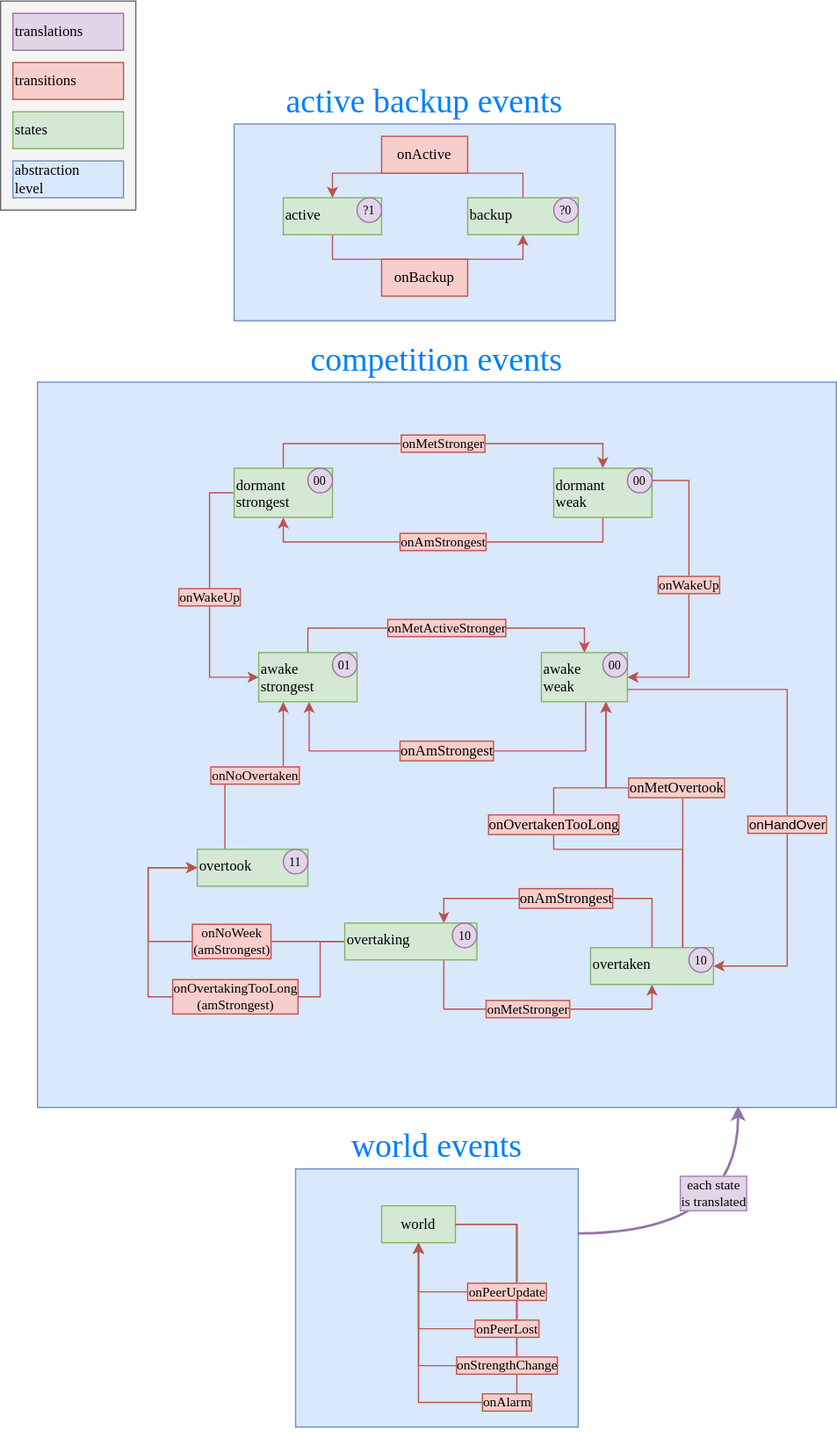
The draw.io diagram src/main/java/aviel/scratch/active_backup/diagram.svg in AvielBerezin/active-backup, before a commit. Source tidied: cells renumbered, new cells last; positions are measured from the earlier drawing's top-left corner, leaving out a move shared by most shapes.
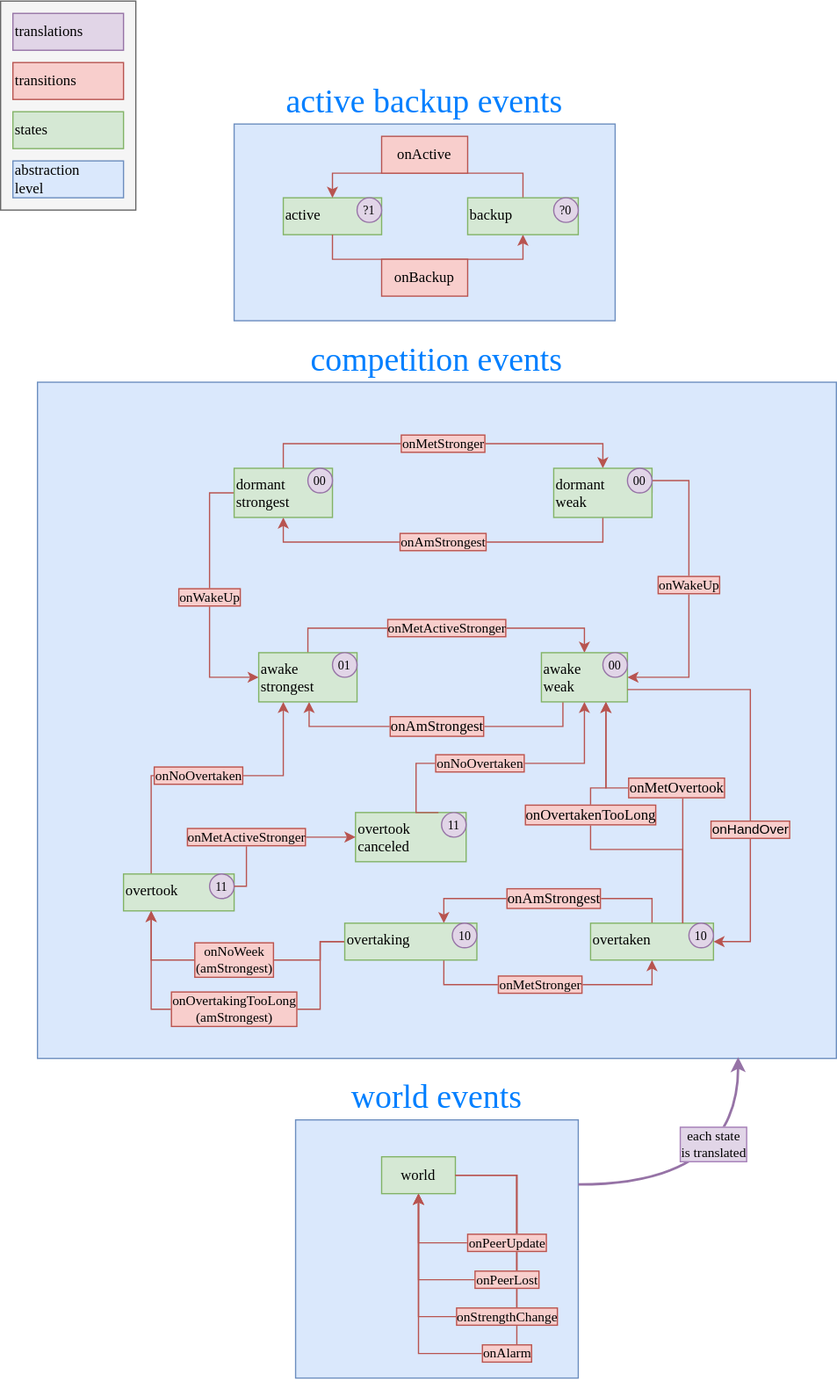
After the change.

The edit, as a diff of the source:
```diff
@@ -6,10 +6,10 @@
       <mxGeometry width="110" height="170" as="geometry" />
     </mxCell>
     <mxCell id="3" value="world events" style="text;html=1;align=center;verticalAlign=bottom;whiteSpace=wrap;rounded=0;fillColor=#dae8fc;strokeColor=#6c8ebf;fontSize=27;fontFamily=Lucida Console;labelPosition=center;verticalLabelPosition=top;fontColor=#007FFF;" parent="1" vertex="1">
-      <mxGeometry x="240" y="950" width="230" height="210" as="geometry" />
+      <mxGeometry x="240" y="910" width="230" height="210" as="geometry" />
     </mxCell>
     <mxCell id="4" value="competition events" style="text;html=1;align=center;verticalAlign=bottom;whiteSpace=wrap;rounded=0;fillColor=#dae8fc;strokeColor=#6c8ebf;fontSize=27;fontFamily=Lucida Console;labelPosition=center;verticalLabelPosition=top;fontColor=#007FFF;" parent="1" vertex="1">
-      <mxGeometry x="30" y="310" width="650" height="590" as="geometry" />
+      <mxGeometry x="30" y="310" width="650" height="550" as="geometry" />
     </mxCell>
     <mxCell id="5" value="active backup events" style="text;html=1;align=center;verticalAlign=bottom;whiteSpace=wrap;rounded=0;fillColor=#dae8fc;strokeColor=#6c8ebf;fontSize=27;fontFamily=Lucida Console;labelPosition=center;verticalLabelPosition=top;fontColor=#007FFF;" parent="1" vertex="1">
       <mxGeometry x="190" y="100" width="310" height="160" as="geometry" />
@@ -44,14 +44,14 @@
       </mxGeometry>
     </mxCell>
     <mxCell id="14" value="each state&lt;div&gt;is translated&lt;/div&gt;" style="edgeStyle=orthogonalEdgeStyle;rounded=0;jettySize=auto;html=1;exitX=1;exitY=0.25;exitDx=0;exitDy=0;entryX=0.877;entryY=0.998;entryDx=0;entryDy=0;curved=1;fillColor=#e1d5e7;strokeColor=#9673a6;strokeWidth=2;fontFamily=Lucida Console;entryPerimeter=0;labelBorderColor=#A680B8;labelBackgroundColor=#E1D5E7;" parent="1" edge="1" source="3" target="4">
-      <mxGeometry x="0.39" y="20" relative="1" as="geometry">
+      <mxGeometry x="0.4" y="20" relative="1" as="geometry">
         <Array as="points">
-          <mxPoint x="600" y="1003" />
+          <mxPoint x="600" y="963" />
         </Array>
       </mxGeometry>
     </mxCell>
     <mxCell id="15" value="&lt;div&gt;world&lt;/div&gt;" style="text;html=1;align=center;verticalAlign=middle;whiteSpace=wrap;rounded=0;fillColor=#d5e8d4;strokeColor=#82b366;fontFamily=Lucida Console;" parent="1" vertex="1">
-      <mxGeometry x="310" y="980" width="60" height="30" as="geometry" />
+      <mxGeometry x="310" y="940" width="60" height="30" as="geometry" />
     </mxCell>
     <mxCell id="16" value="&lt;div&gt;onActive&lt;/div&gt;" style="text;html=1;align=center;verticalAlign=middle;whiteSpace=wrap;rounded=0;fillColor=#f8cecc;strokeColor=#b85450;fontFamily=Lucida Console;" parent="1" vertex="1">
       <mxGeometry x="310" y="110" width="70" height="30" as="geometry" />
@@ -59,13 +59,12 @@
     <mxCell id="17" value="onBackup" style="text;html=1;align=center;verticalAlign=middle;whiteSpace=wrap;rounded=0;fillColor=#f8cecc;strokeColor=#b85450;fontFamily=Lucida Console;" parent="1" vertex="1">
       <mxGeometry x="310" y="210" width="70" height="30" as="geometry" />
     </mxCell>
-    <mxCell id="18" value="&lt;span style=&quot;color: rgb(0, 0, 0); font-size: 12px; font-style: normal; font-variant-ligatures: normal; font-variant-caps: normal; font-weight: 400; letter-spacing: normal; orphans: 2; text-align: center; text-indent: 0px; text-transform: none; widows: 2; word-spacing: 0px; -webkit-text-stroke-width: 0px; white-space: normal; text-decoration-thickness: initial; text-decoration-style: initial; text-decoration-color: initial; float: none; display: inline !important;&quot;&gt;onAmStrongest&lt;/span&gt;" style="edgeStyle=orthogonalEdgeStyle;rounded=0;orthogonalLoop=1;jettySize=auto;html=1;entryX=0.5;entryY=1;entryDx=0;entryDy=0;fillColor=#f8cecc;strokeColor=#b85450;exitX=0.5;exitY=1;exitDx=0;exitDy=0;labelBackgroundColor=light-dark(#F8CECC,#F8CECC);labelBorderColor=light-dark(#B85450,#B85450);fontFamily=Lucida Console;" parent="1" edge="1">
+    <mxCell id="18" value="&lt;span style=&quot;color: rgb(0, 0, 0); font-size: 12px; font-style: normal; font-variant-ligatures: normal; font-variant-caps: normal; font-weight: 400; letter-spacing: normal; orphans: 2; text-align: center; text-indent: 0px; text-transform: none; widows: 2; word-spacing: 0px; -webkit-text-stroke-width: 0px; white-space: normal; text-decoration-thickness: initial; text-decoration-style: initial; text-decoration-color: initial; float: none; display: inline !important;&quot;&gt;onAmStrongest&lt;/span&gt;" style="edgeStyle=orthogonalEdgeStyle;rounded=0;jettySize=auto;html=1;entryX=0.5;entryY=1;entryDx=0;entryDy=0;fillColor=#f8cecc;strokeColor=#b85450;exitX=0.25;exitY=1;exitDx=0;exitDy=0;labelBackgroundColor=light-dark(#F8CECC,#F8CECC);labelBorderColor=light-dark(#B85450,#B85450);fontFamily=Lucida Console;" parent="1" edge="1" source="27">
       <mxGeometry relative="1" as="geometry">
-        <mxPoint x="476" y="570" as="sourcePoint" />
         <mxPoint x="251" y="570" as="targetPoint" />
         <Array as="points">
-          <mxPoint x="476" y="610" />
-          <mxPoint x="251" y="610" />
+          <mxPoint x="458" y="590" />
+          <mxPoint x="251" y="590" />
         </Array>
       </mxGeometry>
     </mxCell>
@@ -92,11 +91,12 @@
         </Array>
       </mxGeometry>
     </mxCell>
-    <mxCell id="25" value="onNoWeek&lt;div&gt;(amStrongest)&lt;/div&gt;" style="edgeStyle=orthogonalEdgeStyle;rounded=0;jettySize=auto;html=1;exitX=0;exitY=0.5;exitDx=0;exitDy=0;entryX=0;entryY=0.5;entryDx=0;entryDy=0;fillColor=#f8cecc;strokeColor=#b85450;enumerate=0;comic=0;labelBackgroundColor=light-dark(#F8CECC,#F8CECC);labelBorderColor=light-dark(#B85450,#B85450);fontFamily=Lucida Console;" parent="1" edge="1" source="41" target="37">
-      <mxGeometry x="-0.29" relative="1" as="geometry">
+    <mxCell id="25" value="onNoWeek&lt;div&gt;(amStrongest)&lt;/div&gt;" style="edgeStyle=orthogonalEdgeStyle;rounded=0;jettySize=auto;html=1;exitX=0;exitY=0.5;exitDx=0;exitDy=0;entryX=0.25;entryY=1;entryDx=0;entryDy=0;fillColor=#f8cecc;strokeColor=#b85450;enumerate=0;comic=0;labelBackgroundColor=light-dark(#F8CECC,#F8CECC);labelBorderColor=light-dark(#B85450,#B85450);fontFamily=Lucida Console;" parent="1" edge="1" source="41" target="37">
+      <mxGeometry x="-0.01" relative="1" as="geometry">
         <Array as="points">
-          <mxPoint x="120" y="765" />
-          <mxPoint x="120" y="705" />
+          <mxPoint x="260" y="765" />
+          <mxPoint x="260" y="780" />
+          <mxPoint x="123" y="780" />
         </Array>
       </mxGeometry>
     </mxCell>
@@ -128,32 +128,31 @@
       <mxGeometry x="510" y="380" width="20" height="20" as="geometry" />
     </mxCell>
     <mxCell id="35" value="overtaken" style="rounded=0;whiteSpace=wrap;html=1;fillColor=#d5e8d4;strokeColor=#82b366;fontFamily=Lucida Console;labelPosition=center;verticalLabelPosition=middle;align=left;verticalAlign=top;" parent="1" vertex="1">
-      <mxGeometry x="480" y="770" width="100" height="30" as="geometry" />
+      <mxGeometry x="480" y="750" width="100" height="30" as="geometry" />
     </mxCell>
     <mxCell id="36" value="onNoOvertaken" style="edgeStyle=orthogonalEdgeStyle;rounded=0;jettySize=auto;html=1;exitX=0.25;exitY=0;exitDx=0;exitDy=0;entryX=0.25;entryY=1;entryDx=0;entryDy=0;fillColor=#f8cecc;strokeColor=#b85450;labelBackgroundColor=light-dark(#F8CECC,#F8CECC);labelBorderColor=light-dark(#B85450,#B85450);fontFamily=Lucida Console;" parent="1" edge="1" source="37" target="29">
-      <mxGeometry relative="1" as="geometry">
+      <mxGeometry x="-0.05" relative="1" as="geometry">
         <Array as="points">
-          <mxPoint x="183" y="630" />
+          <mxPoint x="123" y="630" />
           <mxPoint x="230" y="630" />
         </Array>
       </mxGeometry>
     </mxCell>
     <mxCell id="37" value="overtook" style="rounded=0;whiteSpace=wrap;html=1;fillColor=#d5e8d4;strokeColor=#82b366;fontFamily=Lucida Console;align=left;verticalAlign=top;" parent="1" vertex="1">
-      <mxGeometry x="160" y="690" width="90" height="30" as="geometry" />
+      <mxGeometry x="100" y="710" width="90" height="30" as="geometry" />
     </mxCell>
     <mxCell id="38" value="11" style="text;html=1;align=center;verticalAlign=middle;whiteSpace=wrap;rounded=1;fontFamily=Lucida Console;fillColor=#e1d5e7;strokeColor=#9673a6;glass=0;shadow=0;arcSize=50;fontSize=10;" parent="1" vertex="1">
-      <mxGeometry x="230" y="690" width="20" height="20" as="geometry" />
+      <mxGeometry x="170" y="710" width="20" height="20" as="geometry" />
     </mxCell>
     <mxCell id="39" value="10" style="text;html=1;align=center;verticalAlign=middle;whiteSpace=wrap;rounded=1;fontFamily=Lucida Console;fillColor=#e1d5e7;strokeColor=#9673a6;glass=0;shadow=0;arcSize=50;fontSize=10;" parent="1" vertex="1">
-      <mxGeometry x="560" y="770" width="20" height="20" as="geometry" />
+      <mxGeometry x="560" y="750" width="20" height="20" as="geometry" />
     </mxCell>
-    <mxCell id="40" value="onOvertakingTooLong&lt;br&gt;(amStrongest)" style="edgeStyle=orthogonalEdgeStyle;rounded=0;jettySize=auto;html=1;exitX=0;exitY=0.5;exitDx=0;exitDy=0;entryX=0;entryY=0.5;entryDx=0;entryDy=0;fillColor=#f8cecc;strokeColor=#b85450;labelBackgroundColor=light-dark(#F8CECC,#F8CECC);labelBorderColor=light-dark(#B85450,#B85450);fontFamily=Lucida Console;" parent="1" edge="1" source="41" target="37">
-      <mxGeometry x="-0.23" relative="1" as="geometry">
+    <mxCell id="40" value="onOvertakingTooLong&lt;br&gt;(amStrongest)" style="edgeStyle=orthogonalEdgeStyle;rounded=0;jettySize=auto;html=1;exitX=0;exitY=0.5;exitDx=0;exitDy=0;entryX=0.25;entryY=1;entryDx=0;entryDy=0;fillColor=#f8cecc;strokeColor=#b85450;labelBackgroundColor=light-dark(#F8CECC,#F8CECC);labelBorderColor=light-dark(#B85450,#B85450);fontFamily=Lucida Console;" parent="1" edge="1" source="41" target="37">
+      <mxGeometry x="-0.01" relative="1" as="geometry">
         <Array as="points">
           <mxPoint x="260" y="765" />
-          <mxPoint x="260" y="810" />
-          <mxPoint x="120" y="810" />
-          <mxPoint x="120" y="705" />
+          <mxPoint x="260" y="820" />
+          <mxPoint x="123" y="820" />
         </Array>
       </mxGeometry>
     </mxCell>
@@ -172,36 +171,36 @@
     <mxCell id="45" value="&lt;div&gt;&lt;span style=&quot;color: light-dark(rgb(0, 0, 0), rgb(255, 255, 255));&quot;&gt;onAlarm&lt;/span&gt;&lt;/div&gt;" style="edgeStyle=orthogonalEdgeStyle;rounded=0;orthogonalLoop=1;jettySize=auto;html=1;entryX=0.5;entryY=1;entryDx=0;entryDy=0;fillColor=#f8cecc;strokeColor=#b85450;fontFamily=Lucida Console;labelBackgroundColor=light-dark(#F8CECC,#F8CECC);labelBorderColor=light-dark(#B85450,#B85450);exitX=1;exitY=0.5;exitDx=0;exitDy=0;" parent="1" edge="1" source="15" target="15">
       <mxGeometry relative="1" as="geometry">
         <Array as="points">
-          <mxPoint x="420" y="995" />
-          <mxPoint x="420" y="1140" />
-          <mxPoint x="340" y="1140" />
+          <mxPoint x="420" y="955" />
+          <mxPoint x="420" y="1100" />
+          <mxPoint x="340" y="1100" />
         </Array>
       </mxGeometry>
     </mxCell>
     <mxCell id="46" value="&lt;div&gt;&lt;span style=&quot;color: light-dark(rgb(0, 0, 0), rgb(255, 255, 255));&quot;&gt;onStrengthChange&lt;/span&gt;&lt;/div&gt;" style="edgeStyle=orthogonalEdgeStyle;rounded=0;orthogonalLoop=1;jettySize=auto;html=1;entryX=0.5;entryY=1;entryDx=0;entryDy=0;fillColor=#f8cecc;strokeColor=#b85450;fontFamily=Lucida Console;labelBackgroundColor=light-dark(#F8CECC,#F8CECC);labelBorderColor=light-dark(#B85450,#B85450);exitX=1;exitY=0.5;exitDx=0;exitDy=0;" parent="1" edge="1" source="15" target="15">
       <mxGeometry relative="1" as="geometry">
         <Array as="points">
-          <mxPoint x="420" y="995" />
-          <mxPoint x="420" y="1110" />
-          <mxPoint x="340" y="1110" />
+          <mxPoint x="420" y="955" />
+          <mxPoint x="420" y="1070" />
+          <mxPoint x="340" y="1070" />
         </Array>
       </mxGeometry>
     </mxCell>
     <mxCell id="47" value="&lt;div&gt;&lt;span style=&quot;color: light-dark(rgb(0, 0, 0), rgb(255, 255, 255));&quot;&gt;onPeerLost&lt;/span&gt;&lt;/div&gt;" style="edgeStyle=orthogonalEdgeStyle;rounded=0;orthogonalLoop=1;jettySize=auto;html=1;entryX=0.5;entryY=1;entryDx=0;entryDy=0;fillColor=#f8cecc;strokeColor=#b85450;fontFamily=Lucida Console;labelBackgroundColor=light-dark(#F8CECC,#F8CECC);labelBorderColor=light-dark(#B85450,#B85450);exitX=1;exitY=0.5;exitDx=0;exitDy=0;" parent="1" edge="1" source="15" target="15">
       <mxGeometry relative="1" as="geometry">
         <Array as="points">
-          <mxPoint x="420" y="995" />
-          <mxPoint x="420" y="1080" />
-          <mxPoint x="340" y="1080" />
+          <mxPoint x="420" y="955" />
+          <mxPoint x="420" y="1040" />
+          <mxPoint x="340" y="1040" />
         </Array>
       </mxGeometry>
     </mxCell>
     <mxCell id="48" value="onPeerUpdate" style="edgeStyle=orthogonalEdgeStyle;rounded=0;orthogonalLoop=1;jettySize=auto;html=1;exitX=1;exitY=0.5;exitDx=0;exitDy=0;entryX=0.5;entryY=1;entryDx=0;entryDy=0;fillColor=#f8cecc;strokeColor=#b85450;fontFamily=Lucida Console;labelBackgroundColor=light-dark(#F8CECC,#F8CECC);labelBorderColor=light-dark(#B85450,#B85450);" parent="1" edge="1" source="15" target="15">
       <mxGeometry relative="1" as="geometry">
         <Array as="points">
-          <mxPoint x="420" y="995" />
-          <mxPoint x="420" y="1050" />
-          <mxPoint x="340" y="1050" />
+          <mxPoint x="420" y="955" />
+          <mxPoint x="420" y="1010" />
+          <mxPoint x="340" y="1010" />
         </Array>
       </mxGeometry>
     </mxCell>
@@ -212,17 +211,17 @@
       <mxGeometry relative="1" as="geometry" />
     </mxCell>
     <mxCell id="51" value="&lt;span style=&quot;color: rgb(0, 0, 0); font-size: 12px; font-style: normal; font-variant-ligatures: normal; font-variant-caps: normal; font-weight: 400; letter-spacing: normal; orphans: 2; text-align: center; text-indent: 0px; text-transform: none; widows: 2; word-spacing: 0px; -webkit-text-stroke-width: 0px; white-space: normal; text-decoration-thickness: initial; text-decoration-style: initial; text-decoration-color: initial; float: none; display: inline !important;&quot;&gt;onOvertakenTooLong&lt;/span&gt;" style="edgeStyle=orthogonalEdgeStyle;rounded=0;jettySize=auto;html=1;exitX=0.75;exitY=0;exitDx=0;exitDy=0;entryX=0.75;entryY=1;entryDx=0;entryDy=0;fillColor=#f8cecc;strokeColor=#b85450;labelBackgroundColor=light-dark(#F8CECC,#F8CECC);labelBorderColor=light-dark(#B85450,#B85450);fontFamily=Lucida Console;" parent="1" edge="1" source="35" target="27">
-      <mxGeometry x="0.18" relative="1" as="geometry">
+      <mxGeometry x="0.22" relative="1" as="geometry">
         <Array as="points">
           <mxPoint x="555" y="690" />
-          <mxPoint x="450" y="690" />
-          <mxPoint x="450" y="640" />
+          <mxPoint x="480" y="690" />
+          <mxPoint x="480" y="640" />
           <mxPoint x="493" y="640" />
         </Array>
       </mxGeometry>
     </mxCell>
     <mxCell id="52" value="&lt;span style=&quot;color: rgb(0, 0, 0); font-size: 12px; font-style: normal; font-variant-ligatures: normal; font-variant-caps: normal; font-weight: 400; letter-spacing: normal; orphans: 2; text-align: center; text-indent: 0px; text-transform: none; widows: 2; word-spacing: 0px; -webkit-text-stroke-width: 0px; white-space: normal; text-decoration-thickness: initial; text-decoration-style: initial; text-decoration-color: initial; float: none; display: inline !important;&quot;&gt;onMetOvertook&lt;/span&gt;" style="edgeStyle=orthogonalEdgeStyle;rounded=0;jettySize=auto;html=1;exitX=0.75;exitY=0;exitDx=0;exitDy=0;entryX=0.75;entryY=1;entryDx=0;entryDy=0;fillColor=#f8cecc;strokeColor=#b85450;labelBackgroundColor=light-dark(#F8CECC,#F8CECC);labelBorderColor=light-dark(#B85450,#B85450);fontFamily=Lucida Console;" parent="1" edge="1" source="35" target="27">
-      <mxGeometry x="0.03" relative="1" as="geometry">
+      <mxGeometry x="-0.05" relative="1" as="geometry">
         <Array as="points">
           <mxPoint x="555" y="640" />
           <mxPoint x="493" y="640" />
@@ -230,12 +229,34 @@
       </mxGeometry>
     </mxCell>
     <mxCell id="53" value="onHandOver" style="edgeStyle=orthogonalEdgeStyle;rounded=0;jettySize=auto;html=1;exitX=1;exitY=0.75;exitDx=0;exitDy=0;entryX=1;entryY=0.5;entryDx=0;entryDy=0;fillColor=#f8cecc;strokeColor=#b85450;labelBackgroundColor=light-dark(#F8CECC,#F8CECC);labelBorderColor=light-dark(#B85450,#B85450);" parent="1" edge="1" source="27" target="35">
-      <mxGeometry x="0.16" relative="1" as="geometry">
+      <mxGeometry x="0.28" relative="1" as="geometry">
         <Array as="points">
-          <mxPoint x="640" y="560" />
-          <mxPoint x="640" y="785" />
+          <mxPoint x="610" y="560" />
+          <mxPoint x="610" y="765" />
         </Array>
       </mxGeometry>
     </mxCell>
+    <mxCell id="54" value="overtook&lt;div&gt;canceled&lt;/div&gt;" style="rounded=0;whiteSpace=wrap;html=1;fillColor=#d5e8d4;strokeColor=#82b366;fontFamily=Lucida Console;align=left;verticalAlign=top;" parent="1" vertex="1">
+      <mxGeometry x="288.8" y="660" width="90" height="40" as="geometry" />
+    </mxCell>
+    <mxCell id="55" value="11" style="text;html=1;align=center;verticalAlign=middle;whiteSpace=wrap;rounded=1;fontFamily=Lucida Console;fillColor=#e1d5e7;strokeColor=#9673a6;glass=0;shadow=0;arcSize=50;fontSize=10;" parent="1" vertex="1">
+      <mxGeometry x="358.8" y="660" width="20" height="20" as="geometry" />
+    </mxCell>
+    <mxCell id="56" value="onMetActiveStronger" style="edgeStyle=orthogonalEdgeStyle;rounded=0;jettySize=auto;html=1;exitX=1;exitY=0.5;exitDx=0;exitDy=0;entryX=0;entryY=0.5;entryDx=0;entryDy=0;fillColor=#f8cecc;strokeColor=#b85450;fontFamily=Lucida Console;labelBackgroundColor=light-dark(#F8CECC,#F8CECC);labelBorderColor=light-dark(#B85450,#B85450);" parent="1" edge="1" source="38" target="54">
+      <mxGeometry x="-0.28" relative="1" as="geometry">
+        <Array as="points">
+          <mxPoint x="200" y="720" />
+          <mxPoint x="200" y="680" />
+        </Array>
+      </mxGeometry>
+    </mxCell>
+    <mxCell id="57" value="onNoOvertaken" style="edgeStyle=orthogonalEdgeStyle;rounded=0;jettySize=auto;html=1;exitX=0.75;exitY=0;exitDx=0;exitDy=0;entryX=0.5;entryY=1;entryDx=0;entryDy=0;fillColor=#f8cecc;strokeColor=#b85450;labelBackgroundColor=light-dark(#F8CECC,#F8CECC);labelBorderColor=light-dark(#B85450,#B85450);fontFamily=Lucida Console;" parent="1" edge="1" source="54" target="27">
+      <mxGeometry x="-0.1" relative="1" as="geometry">
+        <Array as="points">
+          <mxPoint x="338" y="620" />
+          <mxPoint x="475" y="620" />
+        </Array>
+      </mxGeometry>
+    </mxCell>
   </root>
 </mxGraphModel>
```
